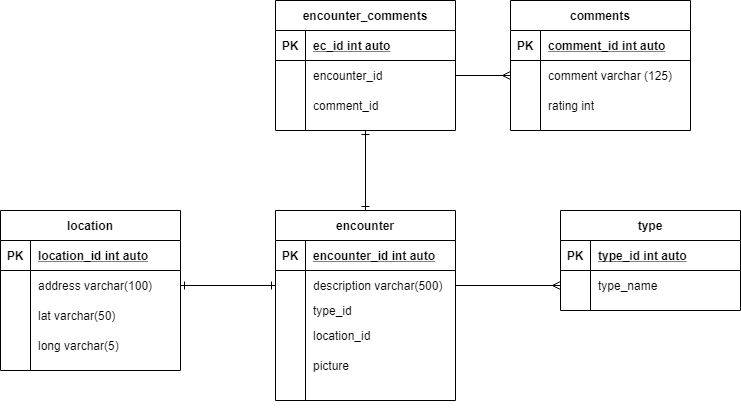
Before: diagrams/databasediagram.png, a diagram exported from draw.io (adambigs/Spooky-Spaces). Source tidied: cells renumbered, new cells last; positions are measured from the earlier drawing's top-left corner, leaving out a move shared by most shapes.
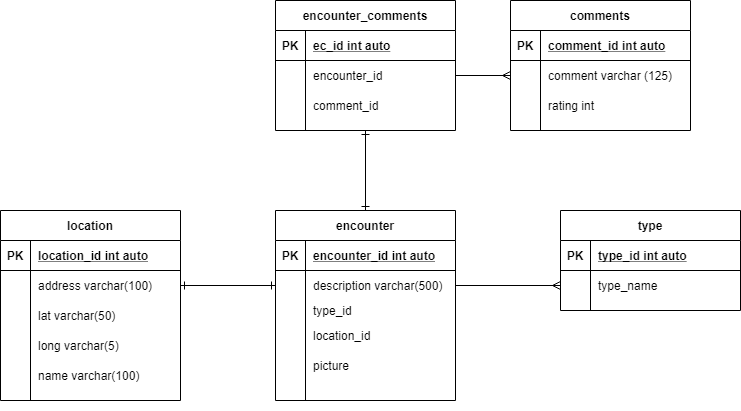
Above is the later version.

Commit message:
updated database diagram

Diff of the diagram source:
```diff
@@ -87,7 +87,7 @@
       <mxGeometry x="30" width="150" height="30" as="geometry" />
     </mxCell>
     <mxCell id="30" value="location" style="shape=table;startSize=30;rowLines=0;fontStyle=1;align=center;" parent="1" vertex="1">
-      <mxGeometry y="210" width="180" height="160" as="geometry" />
+      <mxGeometry y="210" width="180" height="190" as="geometry" />
     </mxCell>
     <mxCell id="31" style="shape=partialRectangle;fillColor=none;top=0;left=0;bottom=1;right=0;" parent="30" vertex="1">
       <mxGeometry y="30" width="180" height="30" as="geometry" />
@@ -185,5 +185,14 @@
     <mxCell id="62" style="edgeStyle=orthogonalEdgeStyle;rounded=0;jettySize=auto;html=1;entryX=1;entryY=0.5;entryDx=0;entryDy=0;startArrow=ERmany;startFill=0;endArrow=none;endFill=0;" parent="1" edge="1" source="17" target="7">
       <mxGeometry relative="1" as="geometry" />
     </mxCell>
+    <mxCell id="63" style="shape=partialRectangle;fillColor=none;top=0;left=0;bottom=0;right=0;" parent="1" vertex="1">
+      <mxGeometry y="360" width="180" height="30" as="geometry" />
+    </mxCell>
+    <mxCell id="64" style="shape=partialRectangle;fillColor=none;top=0;left=0;bottom=0;right=0;overflow=hidden;" parent="63" vertex="1">
+      <mxGeometry width="30" height="30" as="geometry" />
+    </mxCell>
+    <mxCell id="65" value="name varchar(100)" style="shape=partialRectangle;fillColor=none;top=0;left=0;bottom=0;right=0;align=left;spacingLeft=6;overflow=hidden;" parent="63" vertex="1">
+      <mxGeometry x="30" width="150" height="30" as="geometry" />
+    </mxCell>
   </root>
 </mxGraphModel>
```
